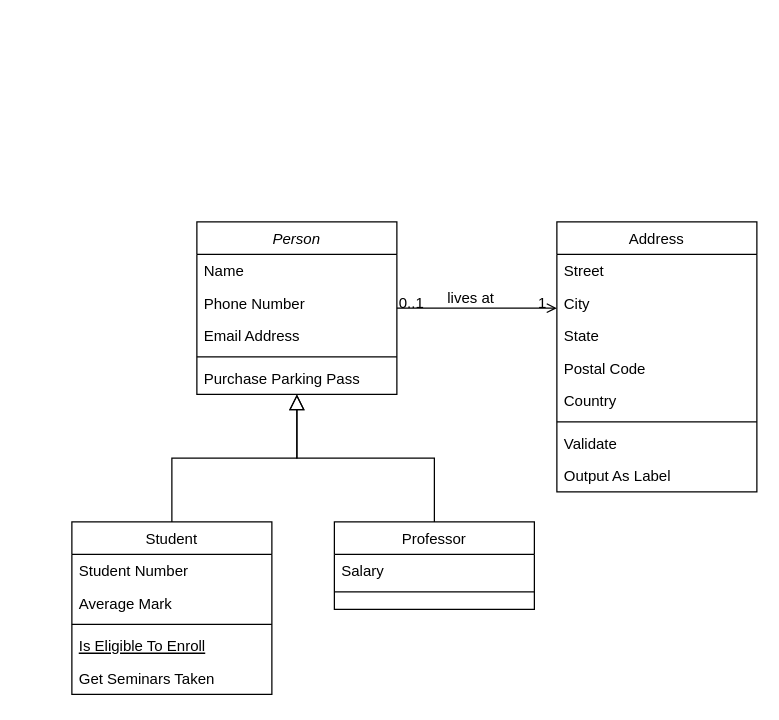
This is Untitled Diagram.drawio from donaldtwitty/database-exercises, a draw.io file, before an edit. Source tidied: cells renumbered, new cells numbered last; positions are measured from the earlier drawing's top-left corner, leaving out a move shared by most shapes. Both pictures are drawn from the tidied source at 125%, with x=0, y=0 at pixel (71, 221).
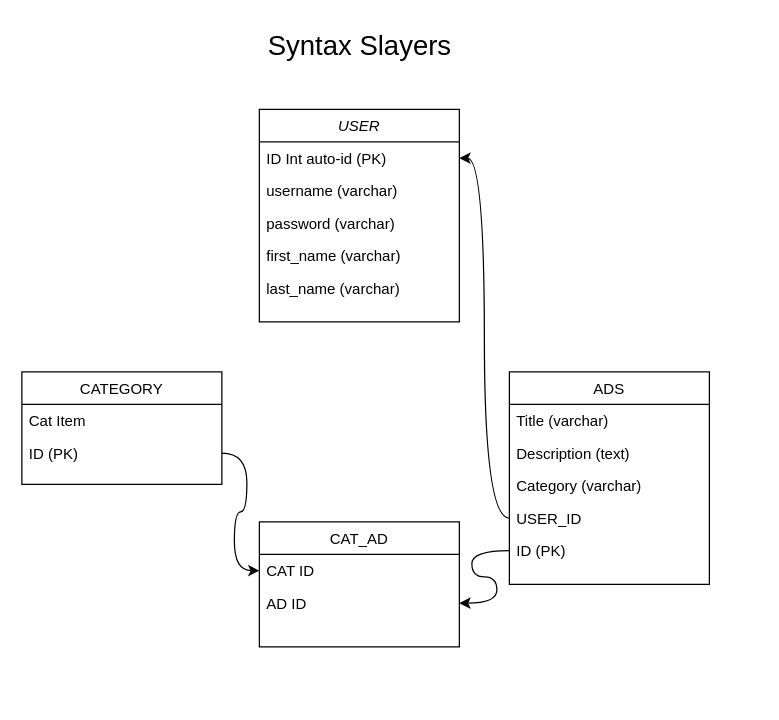
The same page after the edit.

Diff of the diagram source:
```diff
@@
-    <mxCell id="2" value="Person" style="swimlane;fontStyle=2;align=center;verticalAlign=top;horizontal=1;startSize=26;rounded=0;shadow=0;strokeWidth=1;" parent="1" vertex="1">
-      <mxGeometry x="100" width="160" height="138" as="geometry" />
+    <mxCell id="2" value="USER" style="swimlane;fontStyle=2;align=center;verticalAlign=top;horizontal=1;startSize=26;rounded=0;shadow=0;strokeWidth=1;" parent="1" vertex="1">
+      <mxGeometry x="150" y="-90" width="160" height="170" as="geometry" />
     </mxCell>
-    <mxCell id="3" value="Name" style="text;align=left;verticalAlign=top;spacingLeft=4;spacingRight=4;overflow=hidden;points=[[0,0.5],[1,0.5]];portConstraint=eastwest;" parent="2" vertex="1">
+    <mxCell id="3" value="ID Int auto-id (PK)" style="text;align=left;verticalAlign=top;spacingLeft=4;spacingRight=4;overflow=hidden;points=[[0,0.5],[1,0.5]];portConstraint=eastwest;" parent="2" vertex="1">
       <mxGeometry y="26" width="160" height="26" as="geometry" />
     </mxCell>
-    <mxCell id="4" value="Phone Number" style="text;align=left;verticalAlign=top;spacingLeft=4;spacingRight=4;overflow=hidden;rounded=0;shadow=0;html=0;" parent="2" vertex="1">
+    <mxCell id="4" value="username (varchar)" style="text;align=left;verticalAlign=top;spacingLeft=4;spacingRight=4;overflow=hidden;rounded=0;shadow=0;html=0;" parent="2" vertex="1">
       <mxGeometry y="52" width="160" height="26" as="geometry" />
     </mxCell>
-    <mxCell id="5" value="Email Address" style="text;align=left;verticalAlign=top;spacingLeft=4;spacingRight=4;overflow=hidden;rounded=0;shadow=0;html=0;" parent="2" vertex="1">
+    <mxCell id="5" value="password (varchar)" style="text;align=left;verticalAlign=top;spacingLeft=4;spacingRight=4;overflow=hidden;rounded=0;shadow=0;html=0;" parent="2" vertex="1">
       <mxGeometry y="78" width="160" height="26" as="geometry" />
     </mxCell>
-    <mxCell id="6" style="line;html=1;strokeWidth=1;align=left;verticalAlign=middle;spacingTop=-1;spacingLeft=3;spacingRight=3;labelPosition=right;" parent="2" vertex="1">
-      <mxGeometry y="104" width="160" height="8" as="geometry" />
-    </mxCell>
-    <mxCell id="7" value="Purchase Parking Pass" style="text;align=left;verticalAlign=top;spacingLeft=4;spacingRight=4;overflow=hidden;" parent="2" vertex="1">
-      <mxGeometry y="112" width="160" height="26" as="geometry" />
+    <mxCell id="7" value="first_name (varchar)" style="text;align=left;verticalAlign=top;spacingLeft=4;spacingRight=4;overflow=hidden;" parent="2" vertex="1">
+      <mxGeometry y="104" width="160" height="26" as="geometry" />
     </mxCell>
+    <mxCell id="32" value="last_name (varchar)" style="text;align=left;verticalAlign=top;spacingLeft=4;spacingRight=4;overflow=hidden;" parent="2" vertex="1">
+      <mxGeometry y="130" width="160" height="26" as="geometry" />
+    </mxCell>
-    <mxCell id="8" value="Student" style="swimlane;fontStyle=0;align=center;verticalAlign=top;horizontal=1;startSize=26;rounded=0;shadow=0;strokeWidth=1;" parent="1" vertex="1">
-      <mxGeometry y="240" width="160" height="138" as="geometry" />
+    <mxCell id="8" value="CATEGORY" style="swimlane;fontStyle=0;align=center;verticalAlign=top;horizontal=1;startSize=26;rounded=0;shadow=0;strokeWidth=1;" parent="1" vertex="1">
+      <mxGeometry x="-40" y="120" width="160" height="90" as="geometry" />
     </mxCell>
-    <mxCell id="9" value="Student Number" style="text;align=left;verticalAlign=top;spacingLeft=4;spacingRight=4;overflow=hidden;" parent="8" vertex="1">
+    <mxCell id="9" value="Cat Item" style="text;align=left;verticalAlign=top;spacingLeft=4;spacingRight=4;overflow=hidden;" parent="8" vertex="1">
       <mxGeometry y="26" width="160" height="26" as="geometry" />
     </mxCell>
-    <mxCell id="10" value="Average Mark" style="text;align=left;verticalAlign=top;spacingLeft=4;spacingRight=4;overflow=hidden;points=[[0,0.5],[1,0.5]];portConstraint=eastwest;rounded=0;shadow=0;html=0;" parent="8" vertex="1">
+    <mxCell id="10" value="ID (PK)" style="text;align=left;verticalAlign=top;spacingLeft=4;spacingRight=4;overflow=hidden;points=[[0,0.5],[1,0.5]];portConstraint=eastwest;rounded=0;shadow=0;html=0;" parent="8" vertex="1">
       <mxGeometry y="52" width="160" height="26" as="geometry" />
     </mxCell>
-    <mxCell id="11" style="line;html=1;strokeWidth=1;align=left;verticalAlign=middle;spacingTop=-1;spacingLeft=3;spacingRight=3;labelPosition=right;" parent="8" vertex="1">
-      <mxGeometry y="78" width="160" height="8" as="geometry" />
-    </mxCell>
-    <mxCell id="12" value="Is Eligible To Enroll" style="text;align=left;verticalAlign=top;spacingLeft=4;spacingRight=4;overflow=hidden;fontStyle=4;" parent="8" vertex="1">
-      <mxGeometry y="86" width="160" height="26" as="geometry" />
-    </mxCell>
-    <mxCell id="13" value="Get Seminars Taken" style="text;align=left;verticalAlign=top;spacingLeft=4;spacingRight=4;overflow=hidden;" parent="8" vertex="1">
-      <mxGeometry y="112" width="160" height="26" as="geometry" />
-    </mxCell>
-    <mxCell id="14" style="endArrow=block;endSize=10;endFill=0;shadow=0;strokeWidth=1;rounded=0;edgeStyle=elbowEdgeStyle;elbow=vertical;" parent="1" edge="1" source="8" target="2">
-      <mxGeometry relative="1" as="geometry" />
-    </mxCell>
-    <mxCell id="15" value="Professor" style="swimlane;fontStyle=0;align=center;verticalAlign=top;horizontal=1;startSize=26;rounded=0;shadow=0;strokeWidth=1;" parent="1" vertex="1">
-      <mxGeometry x="210" y="240" width="160" height="70" as="geometry" />
+    <mxCell id="15" value="CAT_AD" style="swimlane;fontStyle=0;align=center;verticalAlign=top;horizontal=1;startSize=26;rounded=0;shadow=0;strokeWidth=1;" parent="1" vertex="1">
+      <mxGeometry x="150" y="240" width="160" height="100" as="geometry" />
     </mxCell>
-    <mxCell id="16" value="Salary" style="text;align=left;verticalAlign=top;spacingLeft=4;spacingRight=4;overflow=hidden;points=[[0,0.5],[1,0.5]];portConstraint=eastwest;" parent="15" vertex="1">
+    <mxCell id="16" value="CAT ID" style="text;align=left;verticalAlign=top;spacingLeft=4;spacingRight=4;overflow=hidden;points=[[0,0.5],[1,0.5]];portConstraint=eastwest;" parent="15" vertex="1">
       <mxGeometry y="26" width="160" height="26" as="geometry" />
     </mxCell>
-    <mxCell id="17" style="line;html=1;strokeWidth=1;align=left;verticalAlign=middle;spacingTop=-1;spacingLeft=3;spacingRight=3;labelPosition=right;" parent="15" vertex="1">
-      <mxGeometry y="52" width="160" height="8" as="geometry" />
-    </mxCell>
-    <mxCell id="18" style="endArrow=block;endSize=10;endFill=0;shadow=0;strokeWidth=1;rounded=0;edgeStyle=elbowEdgeStyle;elbow=vertical;" parent="1" edge="1" source="15" target="2">
-      <mxGeometry relative="1" as="geometry" />
-    </mxCell>
+    <mxCell id="33" value="AD ID" style="text;align=left;verticalAlign=top;spacingLeft=4;spacingRight=4;overflow=hidden;points=[[0,0.5],[1,0.5]];portConstraint=eastwest;" parent="15" vertex="1">
+      <mxGeometry y="52" width="160" height="26" as="geometry" />
+    </mxCell>
-    <mxCell id="19" value="Address" style="swimlane;fontStyle=0;align=center;verticalAlign=top;horizontal=1;startSize=26;rounded=0;shadow=0;strokeWidth=1;" parent="1" vertex="1">
-      <mxGeometry x="388" width="160" height="216" as="geometry" />
+    <mxCell id="19" value="ADS" style="swimlane;fontStyle=0;align=center;verticalAlign=top;horizontal=1;startSize=26;rounded=0;shadow=0;strokeWidth=1;" parent="1" vertex="1">
+      <mxGeometry x="350" y="120" width="160" height="170" as="geometry" />
     </mxCell>
-    <mxCell id="20" value="Street" style="text;align=left;verticalAlign=top;spacingLeft=4;spacingRight=4;overflow=hidden;" parent="19" vertex="1">
+    <mxCell id="20" value="Title (varchar)" style="text;align=left;verticalAlign=top;spacingLeft=4;spacingRight=4;overflow=hidden;" parent="19" vertex="1">
       <mxGeometry y="26" width="160" height="26" as="geometry" />
     </mxCell>
-    <mxCell id="21" value="City" style="text;align=left;verticalAlign=top;spacingLeft=4;spacingRight=4;overflow=hidden;rounded=0;shadow=0;html=0;" parent="19" vertex="1">
+    <mxCell id="21" value="Description (text)" style="text;align=left;verticalAlign=top;spacingLeft=4;spacingRight=4;overflow=hidden;rounded=0;shadow=0;html=0;" parent="19" vertex="1">
       <mxGeometry y="52" width="160" height="26" as="geometry" />
     </mxCell>
-    <mxCell id="22" value="State" style="text;align=left;verticalAlign=top;spacingLeft=4;spacingRight=4;overflow=hidden;rounded=0;shadow=0;html=0;" parent="19" vertex="1">
+    <mxCell id="22" value="Category (varchar)" style="text;align=left;verticalAlign=top;spacingLeft=4;spacingRight=4;overflow=hidden;rounded=0;shadow=0;html=0;" parent="19" vertex="1">
       <mxGeometry y="78" width="160" height="26" as="geometry" />
     </mxCell>
-    <mxCell id="23" value="Postal Code" style="text;align=left;verticalAlign=top;spacingLeft=4;spacingRight=4;overflow=hidden;points=[[0,0.5],[1,0.5]];portConstraint=eastwest;rounded=0;shadow=0;html=0;" parent="19" vertex="1">
+    <mxCell id="23" value="USER_ID" style="text;align=left;verticalAlign=top;spacingLeft=4;spacingRight=4;overflow=hidden;points=[[0,0.5],[1,0.5]];portConstraint=eastwest;rounded=0;shadow=0;html=0;" parent="19" vertex="1">
       <mxGeometry y="104" width="160" height="26" as="geometry" />
     </mxCell>
-    <mxCell id="24" value="Country" style="text;align=left;verticalAlign=top;spacingLeft=4;spacingRight=4;overflow=hidden;points=[[0,0.5],[1,0.5]];portConstraint=eastwest;rounded=0;shadow=0;html=0;" parent="19" vertex="1">
+    <mxCell id="24" value="ID (PK)" style="text;align=left;verticalAlign=top;spacingLeft=4;spacingRight=4;overflow=hidden;points=[[0,0.5],[1,0.5]];portConstraint=eastwest;rounded=0;shadow=0;html=0;" parent="19" vertex="1">
       <mxGeometry y="130" width="160" height="26" as="geometry" />
     </mxCell>
-    <mxCell id="25" style="line;html=1;strokeWidth=1;align=left;verticalAlign=middle;spacingTop=-1;spacingLeft=3;spacingRight=3;labelPosition=right;" parent="19" vertex="1">
-      <mxGeometry y="156" width="160" height="8" as="geometry" />
-    </mxCell>
-    <mxCell id="26" value="Validate" style="text;align=left;verticalAlign=top;spacingLeft=4;spacingRight=4;overflow=hidden;" parent="19" vertex="1">
-      <mxGeometry y="164" width="160" height="26" as="geometry" />
-    </mxCell>
-    <mxCell id="27" value="Output As Label" style="text;align=left;verticalAlign=top;spacingLeft=4;spacingRight=4;overflow=hidden;" parent="19" vertex="1">
-      <mxGeometry y="190" width="160" height="26" as="geometry" />
-    </mxCell>
-    <mxCell id="28" style="endArrow=open;shadow=0;strokeWidth=1;rounded=0;endFill=1;edgeStyle=elbowEdgeStyle;elbow=vertical;" parent="1" edge="1" source="2" target="19">
-      <mxGeometry x="0.5" y="41" relative="1" as="geometry">
-        <mxPoint x="-40" y="32" as="offset" />
-      </mxGeometry>
-    </mxCell>
-    <mxCell id="29" value="0..1" style="align=left;verticalAlign=bottom;labelBackgroundColor=none;fontSize=12;" parent="28" vertex="1">
-      <mxGeometry x="-1" relative="1" as="geometry">
-        <mxPoint y="4" as="offset" />
-      </mxGeometry>
-    </mxCell>
-    <mxCell id="30" value="1" style="align=right;verticalAlign=bottom;labelBackgroundColor=none;fontSize=12;" parent="28" vertex="1">
-      <mxGeometry x="1" relative="1" as="geometry">
-        <mxPoint x="-7" y="4" as="offset" />
-      </mxGeometry>
-    </mxCell>
-    <mxCell id="31" value="lives at" style="text;html=1;align=center;verticalAlign=middle;labelBackgroundColor=none;rounded=0;shadow=0;strokeWidth=1;fontSize=12;" parent="28" vertex="1">
-      <mxGeometry x="0.5" y="49" relative="1" as="geometry">
-        <mxPoint x="-38" y="40" as="offset" />
-      </mxGeometry>
-    </mxCell>
+    <mxCell id="34" style="edgeStyle=orthogonalEdgeStyle;rounded=0;jettySize=auto;html=1;curved=1;" parent="1" edge="1" source="23" target="3">
+      <mxGeometry relative="1" as="geometry" />
+    </mxCell>
+    <mxCell id="35" style="edgeStyle=entityRelationEdgeStyle;jettySize=auto;html=1;curved=1;entryX=1;entryY=0.5;entryDx=0;entryDy=0;" parent="1" edge="1" source="24" target="33">
+      <mxGeometry relative="1" as="geometry" />
+    </mxCell>
+    <mxCell id="36" style="edgeStyle=orthogonalEdgeStyle;jettySize=auto;html=1;exitX=1;exitY=0.5;exitDx=0;exitDy=0;curved=1;entryX=0;entryY=0.5;entryDx=0;entryDy=0;" parent="1" edge="1" source="10" target="16">
+      <mxGeometry relative="1" as="geometry" />
+    </mxCell>
+    <mxCell id="37" value="&lt;div align=&quot;center&quot;&gt;&lt;font style=&quot;font-size: 22px;&quot;&gt;Syntax Slayers&lt;/font&gt;&lt;/div&gt;" style="text;html=1;align=center;verticalAlign=middle;strokeColor=none;fillColor=none;" parent="1" vertex="1">
+      <mxGeometry x="145" y="-160" width="170" height="40" as="geometry" />
+    </mxCell>
```
